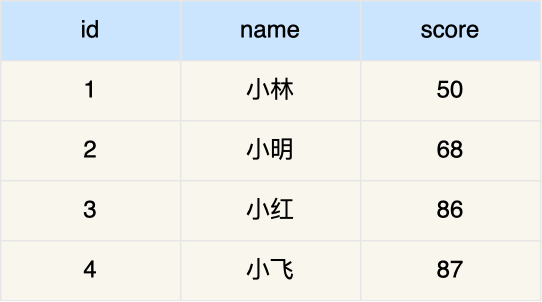
Above: mysql/事务隔离/数据库表.drawio.png in xiaolincoder/ImageHost4 (draw.io), before the change. Source tidied: cells renumbered, new cells last; positions are measured from the earlier drawing's top-left corner, leaving out a move shared by most shapes.
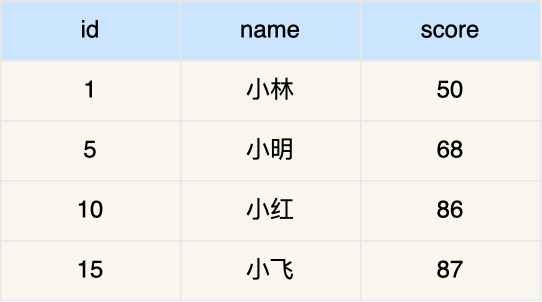
After the commit.

Commit message:
已添加 数据库表.drawio.png

What changed in the source:
```diff
@@ -20,7 +20,7 @@
     <mxCell id="7" value="50" style="rounded=0;whiteSpace=wrap;html=1;fontSize=16;fillColor=#f9f7ed;strokeColor=#E6E6E6;" parent="1" vertex="1">
       <mxGeometry x="240" y="40" width="120" height="40" as="geometry" />
     </mxCell>
-    <mxCell id="8" value="2" style="rounded=0;whiteSpace=wrap;html=1;fontSize=16;fillColor=#f9f7ed;strokeColor=#E6E6E6;" parent="1" vertex="1">
+    <mxCell id="8" value="5" style="rounded=0;whiteSpace=wrap;html=1;fontSize=16;fillColor=#f9f7ed;strokeColor=#E6E6E6;" parent="1" vertex="1">
       <mxGeometry y="80" width="120" height="40" as="geometry" />
     </mxCell>
     <mxCell id="9" value="小明" style="rounded=0;whiteSpace=wrap;html=1;fontSize=16;fillColor=#f9f7ed;strokeColor=#E6E6E6;" parent="1" vertex="1">
@@ -29,7 +29,7 @@
     <mxCell id="10" value="68" style="rounded=0;whiteSpace=wrap;html=1;fontSize=16;fillColor=#f9f7ed;strokeColor=#E6E6E6;" parent="1" vertex="1">
       <mxGeometry x="240" y="80" width="120" height="40" as="geometry" />
     </mxCell>
-    <mxCell id="11" value="3" style="rounded=0;whiteSpace=wrap;html=1;fontSize=16;fillColor=#f9f7ed;strokeColor=#E6E6E6;" parent="1" vertex="1">
+    <mxCell id="11" value="10" style="rounded=0;whiteSpace=wrap;html=1;fontSize=16;fillColor=#f9f7ed;strokeColor=#E6E6E6;" parent="1" vertex="1">
       <mxGeometry y="120" width="120" height="40" as="geometry" />
     </mxCell>
     <mxCell id="12" value="小红" style="rounded=0;whiteSpace=wrap;html=1;fontSize=16;fillColor=#f9f7ed;strokeColor=#E6E6E6;" parent="1" vertex="1">
@@ -38,7 +38,7 @@
     <mxCell id="13" value="86" style="rounded=0;whiteSpace=wrap;html=1;fontSize=16;fillColor=#f9f7ed;strokeColor=#E6E6E6;" parent="1" vertex="1">
       <mxGeometry x="240" y="120" width="120" height="40" as="geometry" />
     </mxCell>
-    <mxCell id="14" value="4" style="rounded=0;whiteSpace=wrap;html=1;fontSize=16;fillColor=#f9f7ed;strokeColor=#E6E6E6;" parent="1" vertex="1">
+    <mxCell id="14" value="15" style="rounded=0;whiteSpace=wrap;html=1;fontSize=16;fillColor=#f9f7ed;strokeColor=#E6E6E6;" parent="1" vertex="1">
       <mxGeometry y="160" width="120" height="40" as="geometry" />
     </mxCell>
     <mxCell id="15" value="小飞" style="rounded=0;whiteSpace=wrap;html=1;fontSize=16;fillColor=#f9f7ed;strokeColor=#E6E6E6;" parent="1" vertex="1">
```
